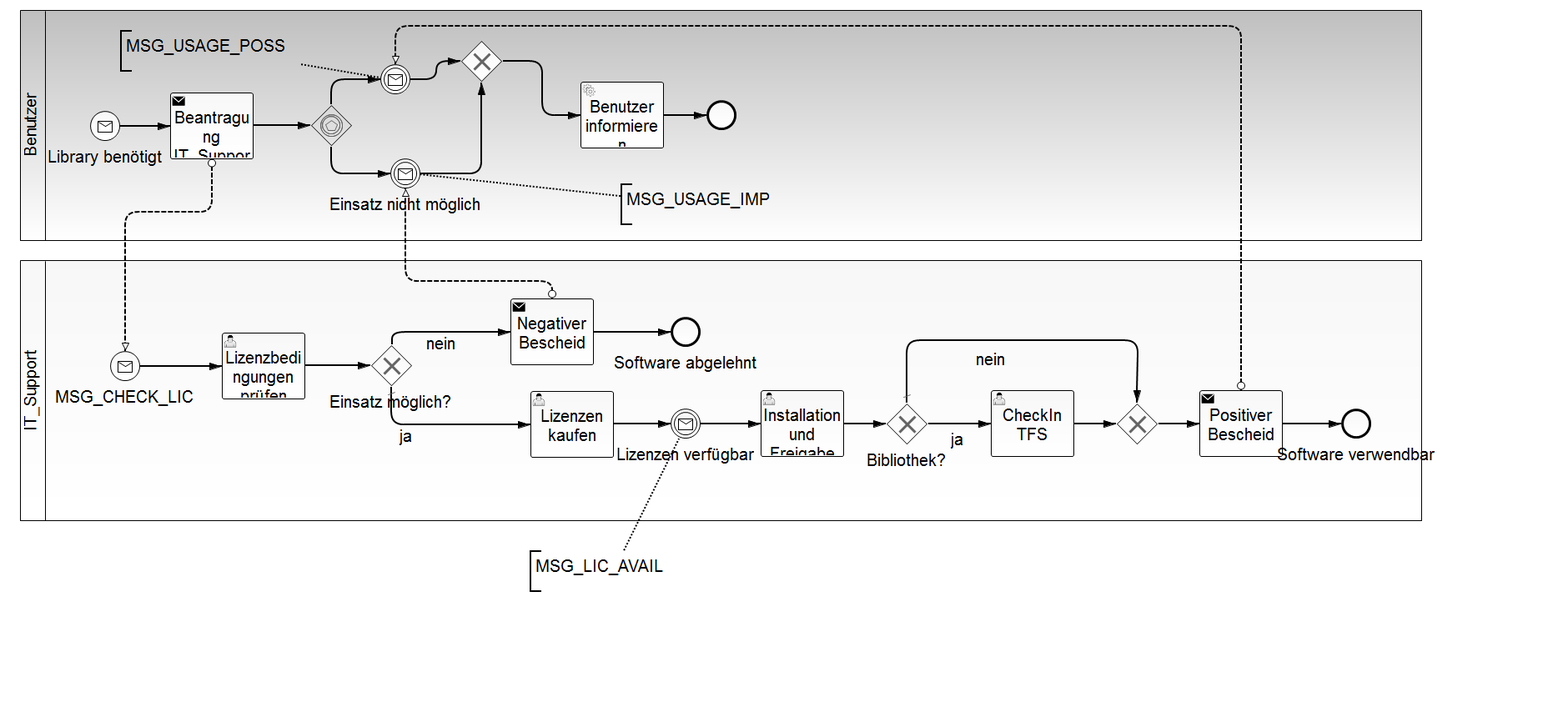
Earlier version of the BPMN export bpmn-server/src/main/resources/LibraryRequestProcess.png (gheddie/bpmn_watcher_all_new). Its source is kept beside it as bpmn-server/src/main/resources/LibraryRequestProcess.bpmn. Ids are renumbered.
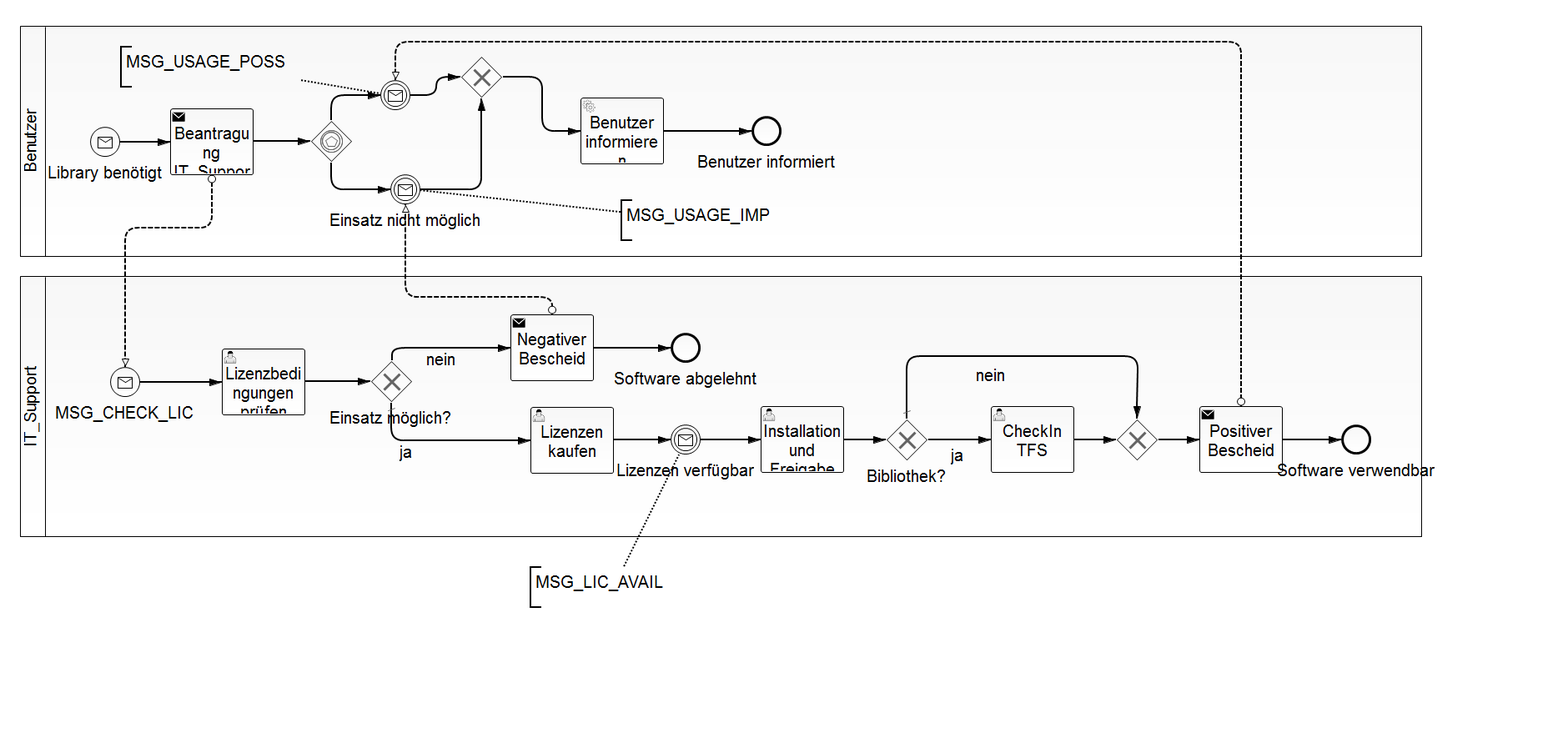
The same diagram one commit later.

Diff of the diagram source:
```diff
@@ -38,7 +38,7 @@
       <bpmn2:outgoing>SequenceFlow_17</bpmn2:outgoing>
     </bpmn2:exclusiveGateway>
     <bpmn2:sequenceFlow id="SequenceFlow_17" name="" sourceRef="ExclusiveGateway_5" targetRef="ServiceTask_2"/>
-    <bpmn2:endEvent id="EndEvent_1">
+    <bpmn2:endEvent id="EndEvent_1" name="Benutzer informiert">
       <bpmn2:incoming>SequenceFlow_19</bpmn2:incoming>
     </bpmn2:endEvent>
     <bpmn2:sequenceFlow id="SequenceFlow_19" name="" sourceRef="ServiceTask_2" targetRef="EndEvent_1"/>
@@ -411,14 +411,14 @@
         </bpmndi:BPMNLabel>
       </bpmndi:BPMNEdge>
       <bpmndi:BPMNShape id="_BPMNShape_EndEvent_27" bpmnElement="EndEvent_1">
-        <dc:Bounds height="36.0" width="36.0" x="847.0" y="120.0"/>
+        <dc:Bounds height="36.0" width="36.0" x="901.0" y="120.0"/>
         <bpmndi:BPMNLabel>
-          <dc:Bounds height="0.0" width="0.0" x="865.0" y="161.0"/>
+          <dc:Bounds height="0.0" width="0.0" x="919.0" y="161.0"/>
         </bpmndi:BPMNLabel>
       </bpmndi:BPMNShape>
       <bpmndi:BPMNEdge id="BPMNEdge_SequenceFlow_21" bpmnElement="SequenceFlow_19" sourceElement="_BPMNShape_ServiceTask_3" targetElement="_BPMNShape_EndEvent_27">
         <di:waypoint xsi:type="dc:Point" x="796.0" y="138.0"/>
-        <di:waypoint xsi:type="dc:Point" x="847.0" y="138.0"/>
+        <di:waypoint xsi:type="dc:Point" x="901.0" y="138.0"/>
         <bpmndi:BPMNLabel>
           <dc:Bounds height="6.0" width="6.0" x="818.0" y="138.0"/>
         </bpmndi:BPMNLabel>
```
